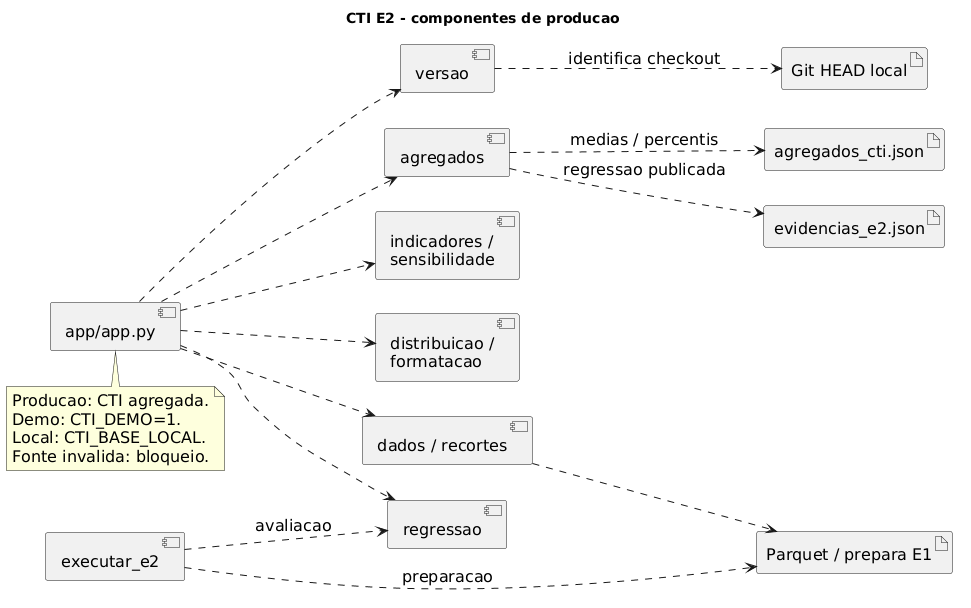
Above: documentos/Entrega 2/ES e ML/componentes.png in 2026-2-NCC4/Projeto6 (PlantUML), before the change.
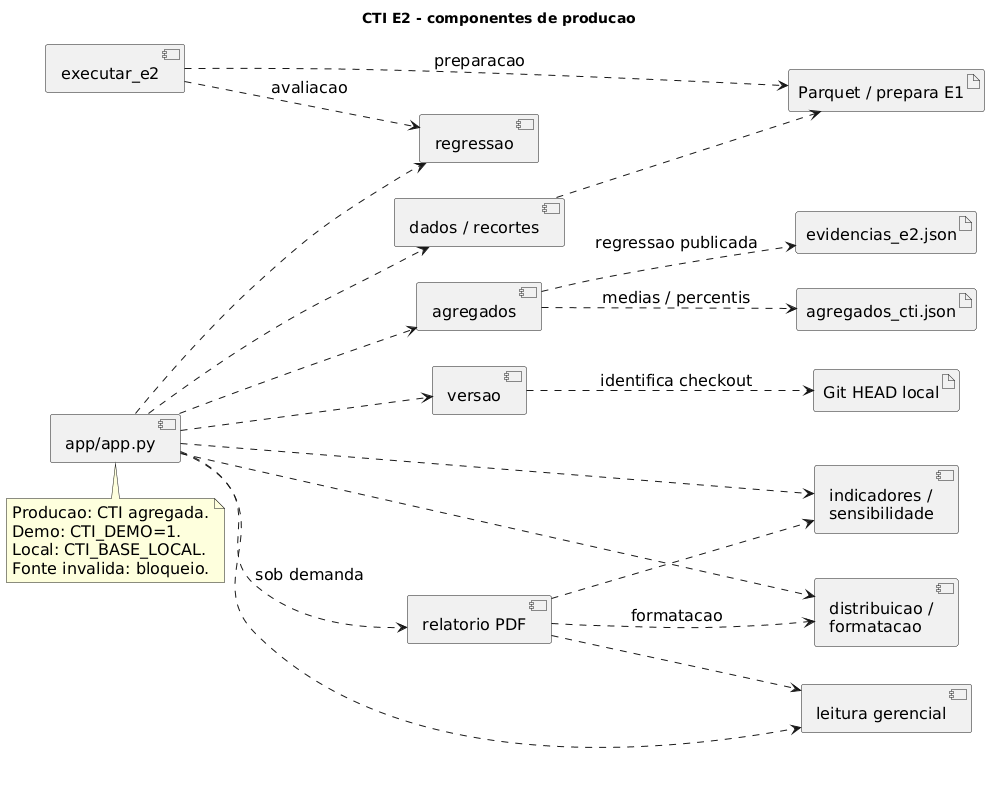
Later version of the same file.

What changed in the source:
```diff
@@ -12,6 +12,8 @@
 component regressao as Reg
 component executar_e2 as Exec
 component versao as Versao
+component "leitura gerencial" as Leitura
+component "relatorio PDF" as Relatorio
 artifact agregados_cti.json as Json
 artifact evidencias_e2.json as Ev
 artifact "Parquet / prepara E1" as Local
@@ -22,6 +24,11 @@
 App ..> Ag
 App ..> Reg
 App ..> Versao
+App ..> Leitura
+App ..> Relatorio : sob demanda
+Relatorio ..> KPI
+Relatorio ..> Leitura
+Relatorio ..> Dist : formatacao
 Versao ..> Git : identifica checkout
 Dados ..> Local
 Ag ..> Json : medias / percentis
```
